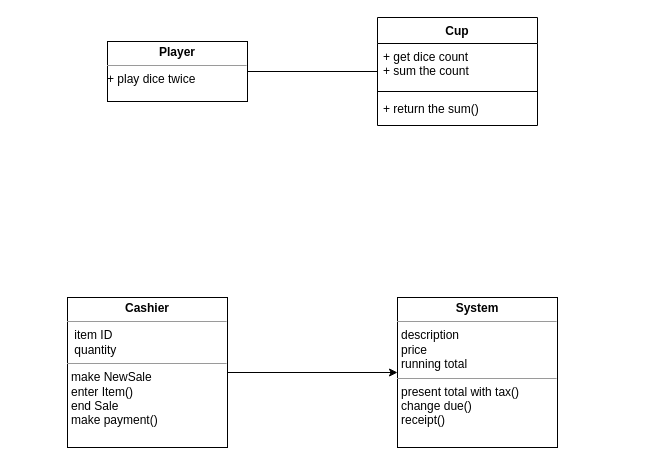
Before: Yuhao/Untitled Diagram.drawio in 1kzpro/international, a draw.io diagram. Source tidied: cells renumbered, new cells numbered last; positions are measured from the earlier drawing's top-left corner, leaving out a move shared by most shapes. Both pictures are drawn from the tidied source at 100%, with x=0, y=0 at pixel (67, 17).
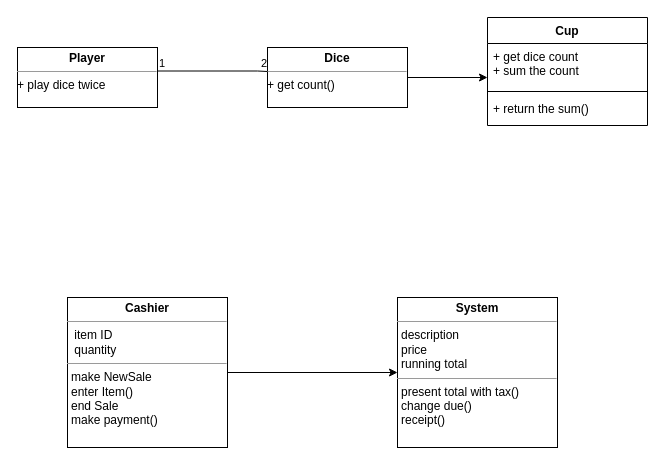
The same page after the edit.

Change to the diagram source:
```diff
@@
 <mxGraphModel>
   <root>
     <mxCell id="0" />
     <mxCell id="1" parent="0" />
     <mxCell id="2" value="Cup" style="swimlane;fontStyle=1;align=center;verticalAlign=top;horizontal=1;startSize=26;" parent="1" vertex="1">
-      <mxGeometry x="310" width="160" height="108" as="geometry" />
+      <mxGeometry x="420" width="160" height="108" as="geometry" />
     </mxCell>
     <mxCell id="3" value="+ get dice count&#10;+ sum the count" style="text;strokeColor=none;fillColor=none;align=left;verticalAlign=top;spacingLeft=4;spacingRight=4;overflow=hidden;points=[[0,0.5],[1,0.5]];portConstraint=eastwest;" parent="2" vertex="1">
       <mxGeometry y="26" width="160" height="44" as="geometry" />
     </mxCell>
     <mxCell id="4" style="line;strokeWidth=1;fillColor=none;align=left;verticalAlign=middle;spacingTop=-1;spacingLeft=3;spacingRight=3;labelPosition=right;" parent="2" vertex="1">
       <mxGeometry y="70" width="160" height="8" as="geometry" />
     </mxCell>
     <mxCell id="5" value="+ return the sum()" style="text;strokeColor=none;fillColor=none;align=left;verticalAlign=top;spacingLeft=4;spacingRight=4;overflow=hidden;" parent="2" vertex="1">
       <mxGeometry y="78" width="160" height="30" as="geometry" />
     </mxCell>
     <mxCell id="6" value="&lt;p style=&quot;margin: 0px ; margin-top: 4px ; text-align: center&quot;&gt;&lt;b&gt;Player&lt;/b&gt;&lt;/p&gt;&lt;hr size=&quot;1&quot;&gt;&lt;div style=&quot;height: 2px&quot;&gt;+ play dice twice&lt;/div&gt;" style="verticalAlign=top;align=left;overflow=fill;fontSize=12;fontFamily=Helvetica;html=1;" parent="1" vertex="1">
-      <mxGeometry x="40" y="24" width="140" height="60" as="geometry" />
+      <mxGeometry x="-50" y="30" width="140" height="60" as="geometry" />
     </mxCell>
-    <mxCell id="7" style="endArrow=none;html=1;rounded=0;exitX=1;exitY=0.5;exitDx=0;exitDy=0;" parent="1" edge="1" source="6">
-      <mxGeometry relative="1" as="geometry">
-        <mxPoint x="310" y="54" as="targetPoint" />
-      </mxGeometry>
-    </mxCell>
     <mxCell id="8" value="&lt;p style=&quot;margin: 0px ; margin-top: 4px ; text-align: center&quot;&gt;&lt;b&gt;System&lt;/b&gt;&lt;/p&gt;&lt;hr size=&quot;1&quot;&gt;&lt;p style=&quot;margin: 0px ; margin-left: 4px&quot;&gt;description&lt;/p&gt;&lt;p style=&quot;margin: 0px ; margin-left: 4px&quot;&gt;price&lt;/p&gt;&lt;p style=&quot;margin: 0px ; margin-left: 4px&quot;&gt;running total&lt;/p&gt;&lt;hr size=&quot;1&quot;&gt;&lt;p style=&quot;margin: 0px ; margin-left: 4px&quot;&gt;present total with tax()&lt;/p&gt;&lt;p style=&quot;margin: 0px ; margin-left: 4px&quot;&gt;change due()&lt;/p&gt;&lt;p style=&quot;margin: 0px ; margin-left: 4px&quot;&gt;receipt()&lt;/p&gt;" style="verticalAlign=top;align=left;overflow=fill;fontSize=12;fontFamily=Helvetica;html=1;" parent="1" vertex="1">
       <mxGeometry x="330" y="280" width="160" height="150" as="geometry" />
     </mxCell>
     <mxCell id="9" style="edgeStyle=orthogonalEdgeStyle;rounded=0;jettySize=auto;html=1;entryX=0;entryY=0.5;entryDx=0;entryDy=0;" parent="1" edge="1" source="10" target="8">
       <mxGeometry relative="1" as="geometry" />
     </mxCell>
     <mxCell id="10" value="&lt;p style=&quot;margin: 0px ; margin-top: 4px ; text-align: center&quot;&gt;&lt;b&gt;Cashier&lt;/b&gt;&lt;/p&gt;&lt;hr size=&quot;1&quot;&gt;&lt;p style=&quot;margin: 0px ; margin-left: 4px&quot;&gt;&amp;nbsp;item ID&lt;/p&gt;&lt;p style=&quot;margin: 0px ; margin-left: 4px&quot;&gt;&amp;nbsp;quantity&lt;/p&gt;&lt;hr size=&quot;1&quot;&gt;&lt;p style=&quot;margin: 0px ; margin-left: 4px&quot;&gt;&lt;span&gt;make NewSale&lt;/span&gt;&lt;/p&gt;&lt;p style=&quot;margin: 0px ; margin-left: 4px&quot;&gt;&lt;span&gt;enter Item()&lt;/span&gt;&lt;br&gt;&lt;/p&gt;&lt;p style=&quot;margin: 0px ; margin-left: 4px&quot;&gt;&lt;span&gt;end Sale&lt;/span&gt;&lt;/p&gt;&lt;p style=&quot;margin: 0px ; margin-left: 4px&quot;&gt;&lt;span&gt;make payment()&lt;/span&gt;&lt;/p&gt;&lt;p style=&quot;margin: 0px ; margin-left: 4px&quot;&gt;&lt;span&gt;&lt;br&gt;&lt;/span&gt;&lt;/p&gt;&lt;p style=&quot;margin: 0px ; margin-left: 4px&quot;&gt;&lt;span&gt;&lt;br&gt;&lt;/span&gt;&lt;/p&gt;" style="verticalAlign=top;align=left;overflow=fill;fontSize=12;fontFamily=Helvetica;html=1;" parent="1" vertex="1">
       <mxGeometry y="280" width="160" height="150" as="geometry" />
     </mxCell>
+    <mxCell id="11" style="edgeStyle=orthogonalEdgeStyle;rounded=0;jettySize=auto;html=1;entryX=0;entryY=0.773;entryDx=0;entryDy=0;entryPerimeter=0;" parent="1" edge="1" source="12" target="3">
+      <mxGeometry relative="1" as="geometry" />
+    </mxCell>
+    <mxCell id="12" value="&lt;p style=&quot;margin: 0px ; margin-top: 4px ; text-align: center&quot;&gt;&lt;b&gt;Dice&lt;/b&gt;&lt;/p&gt;&lt;hr size=&quot;1&quot;&gt;&lt;div style=&quot;height: 2px&quot;&gt;+ get count()&lt;/div&gt;" style="verticalAlign=top;align=left;overflow=fill;fontSize=12;fontFamily=Helvetica;html=1;" parent="1" vertex="1">
+      <mxGeometry x="200" y="30" width="140" height="60" as="geometry" />
+    </mxCell>
+    <mxCell id="13" style="endArrow=none;html=1;edgeStyle=orthogonalEdgeStyle;rounded=0;" parent="1" edge="1">
+      <mxGeometry relative="1" as="geometry">
+        <mxPoint x="90" y="53.5" as="sourcePoint" />
+        <mxPoint x="200" y="54" as="targetPoint" />
+        <Array as="points">
+          <mxPoint x="190" y="54" />
+          <mxPoint x="190" y="54" />
+        </Array>
+      </mxGeometry>
+    </mxCell>
+    <mxCell id="14" value="1" style="edgeLabel;html=1;align=left;verticalAlign=bottom;" parent="13" vertex="1">
+      <mxGeometry x="-1" relative="1" as="geometry" />
+    </mxCell>
+    <mxCell id="15" value="2" style="edgeLabel;html=1;align=right;verticalAlign=bottom;" parent="13" vertex="1">
+      <mxGeometry x="1" relative="1" as="geometry" />
+    </mxCell>
   </root>
 </mxGraphModel>
```
